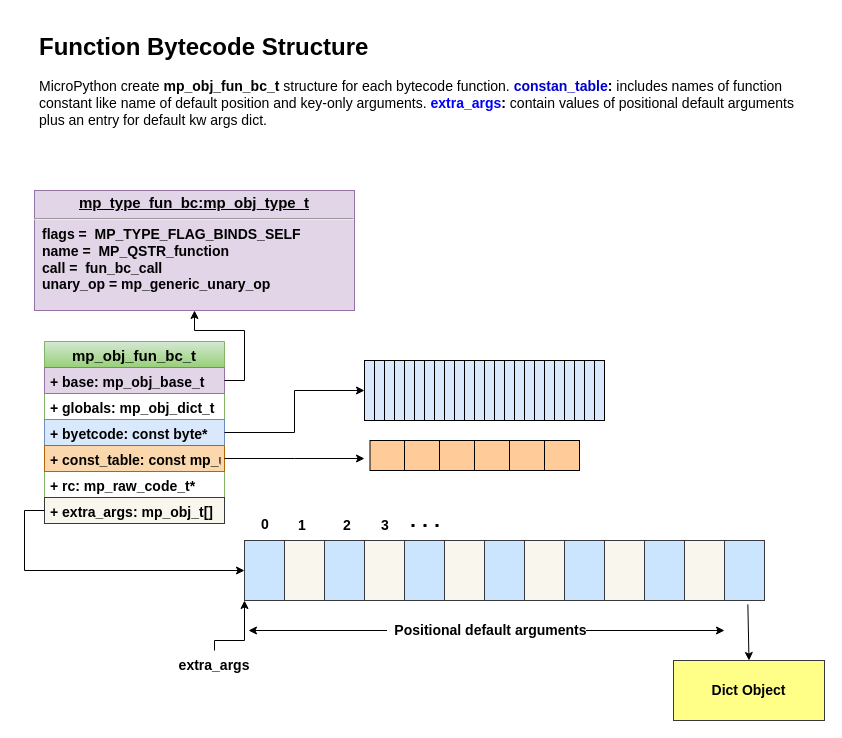
Earlier version of the draw.io diagram uPyIWM/diagrams/mp_obj_fun_bc_t.drawio (over-infinity/-Tutorials). Source tidied: cells renumbered, new cells numbered last; positions are measured from the earlier drawing's top-left corner, leaving out a move shared by most shapes. Both pictures are drawn from the tidied source at 100%, with x=0, y=0 at pixel (24, 27).
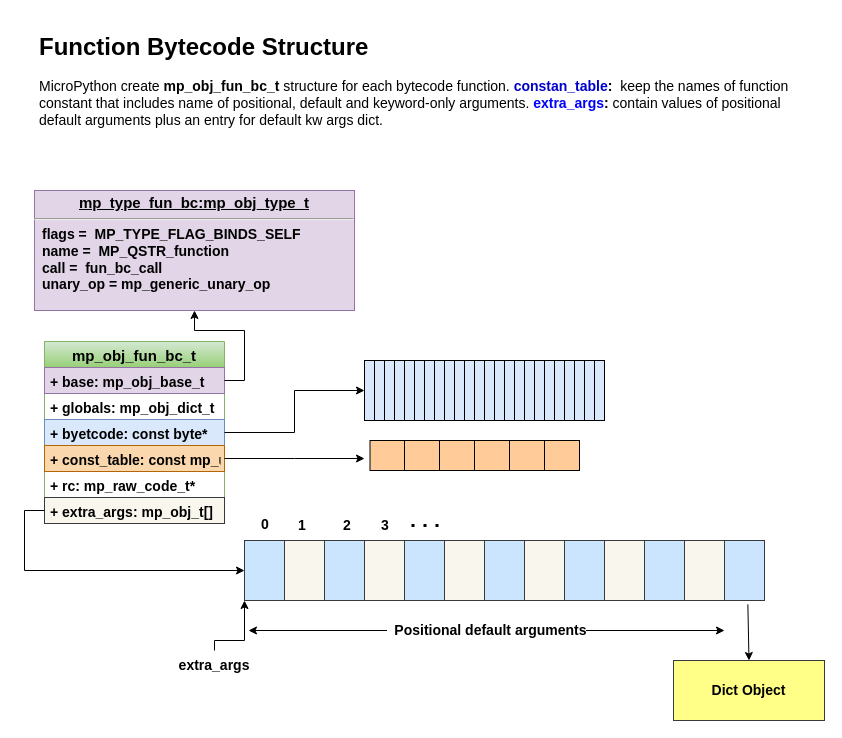
Above is the later version.

What changed in the source:
```diff
@@
-    <mxCell id="2" value="&lt;h1&gt;Function Bytecode Structure&lt;br&gt;&lt;/h1&gt;&lt;p style=&quot;font-size: 14px&quot;&gt;MicroPython create &lt;b&gt;mp_obj_fun_bc_t &lt;/b&gt;structure for each bytecode function. &lt;b&gt;&lt;font color=&quot;#0000CC&quot;&gt;constan_table&lt;/font&gt;:&lt;/b&gt; includes names of function constant like name of default position and key-only arguments. &lt;font color=&quot;#0000FF&quot;&gt;&lt;b&gt;extra_args&lt;/b&gt;&lt;/font&gt;&lt;b&gt;:&lt;/b&gt; contain values of positional default arguments plus an entry for default kw args dict.&lt;br&gt;&lt;/p&gt;" style="text;html=1;strokeColor=none;fillColor=none;spacing=5;spacingTop=-20;whiteSpace=wrap;overflow=hidden;rounded=0;" parent="1" vertex="1">
+    <mxCell id="2" value="&lt;h1&gt;Function Bytecode Structure&lt;br&gt;&lt;/h1&gt;&lt;p style=&quot;font-size: 14px&quot;&gt;MicroPython create &lt;b&gt;mp_obj_fun_bc_t &lt;/b&gt;structure for each bytecode function. &lt;b&gt;&lt;font color=&quot;#0000CC&quot;&gt;constan_table&lt;/font&gt;:&lt;/b&gt;&amp;nbsp; keep the names of function constant that includes name of positional, default and keyword-only arguments. &lt;font color=&quot;#0000FF&quot;&gt;&lt;b&gt;extra_args&lt;/b&gt;&lt;/font&gt;&lt;b&gt;:&lt;/b&gt; contain values of positional default arguments plus an entry for default kw args dict.&lt;br&gt;&lt;/p&gt;" style="text;html=1;strokeColor=none;fillColor=none;spacing=5;spacingTop=-20;whiteSpace=wrap;overflow=hidden;rounded=0;" parent="1" vertex="1">
       <mxGeometry x="10" width="770" height="140" as="geometry" />
     </mxCell>
```
